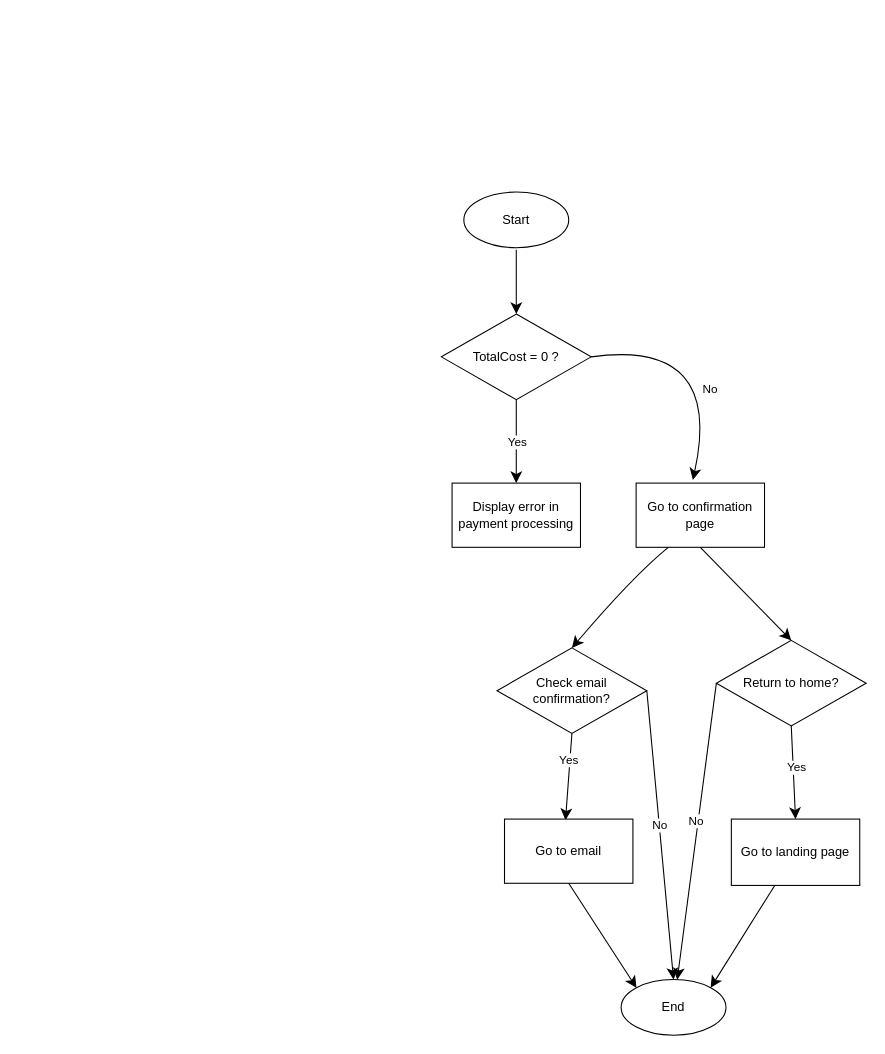
Above: page "Flow-chart-confirmation-page" (12 of 12) of src/Booking-website.drawio in nga-pham/booking-website (draw.io), before the change. Source tidied: cells renumbered, new cells numbered last; positions are measured from the earlier drawing's top-left corner, leaving out a move shared by most shapes. Both pictures are drawn from the tidied source at 107%, with x=0, y=0 at pixel (441, 192).
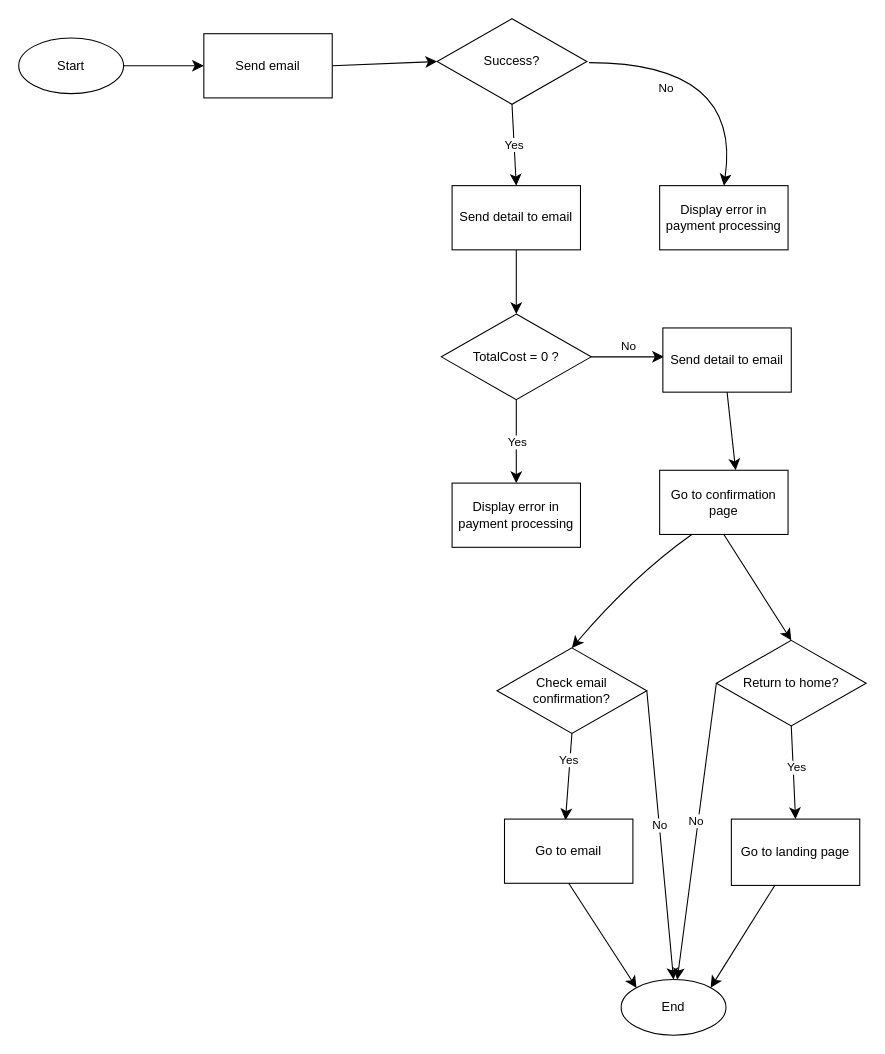
After the change.

Unchanged cells that the change refers to:
```xml
<mxCell id="2" value="TotalCost = 0 ?" style="rhombus;whiteSpace=wrap;html=1;" parent="1" vertex="1">
  <mxGeometry y="114" width="140" height="80" as="geometry" />
</mxCell>
```

Change to the diagram source:
```diff
@@
     <mxCell id="5" value="Go to confirmation page" style="rounded=0;whiteSpace=wrap;html=1;" parent="1" vertex="1">
-      <mxGeometry x="182" y="272" width="120" height="60" as="geometry" />
+      <mxGeometry x="204" y="260" width="120" height="60" as="geometry" />
     </mxCell>
@@
     <mxCell id="8" style="endArrow=classic;html=1;rounded=0;fontSize=12;startSize=8;endSize=8;curved=1;exitX=1;exitY=0.5;exitDx=0;exitDy=0;" parent="1" edge="1" source="2">
       <mxGeometry relative="1" as="geometry">
-        <mxPoint x="235" y="269" as="targetPoint" />
-        <Array as="points">
-          <mxPoint x="264" y="137" />
-        </Array>
+        <mxPoint x="208" y="154" as="targetPoint" />
       </mxGeometry>
     </mxCell>
     <mxCell id="9" value="No" style="edgeLabel;html=1;align=center;verticalAlign=middle;" parent="8" vertex="1">
       <mxGeometry relative="1" as="geometry">
-        <mxPoint x="-12" y="42" as="offset" />
+        <mxPoint y="-11" as="offset" />
       </mxGeometry>
     </mxCell>
@@
     <mxCell id="13" value="Start" style="ellipse;whiteSpace=wrap;html=1;" parent="1" vertex="1">
-      <mxGeometry x="21" width="98" height="52" as="geometry" />
+      <mxGeometry x="-395" y="-144" width="98" height="52" as="geometry" />
     </mxCell>
@@
+    <mxCell id="28" value="Send detail to email" style="rounded=0;whiteSpace=wrap;html=1;" parent="1" vertex="1">
+      <mxGeometry x="207" y="127" width="120" height="60" as="geometry" />
+    </mxCell>
+    <mxCell id="29" style="endArrow=classic;html=1;rounded=0;fontSize=12;startSize=8;endSize=8;curved=1;exitX=0.5;exitY=1;exitDx=0;exitDy=0;" parent="1" edge="1" source="28">
+      <mxGeometry relative="1" as="geometry">
+        <mxPoint x="275" y="260" as="targetPoint" />
+      </mxGeometry>
+    </mxCell>
+    <mxCell id="30" value="Send email" style="rounded=0;whiteSpace=wrap;html=1;" parent="1" vertex="1">
+      <mxGeometry x="-222" y="-148" width="120" height="60" as="geometry" />
+    </mxCell>
+    <mxCell id="31" style="endArrow=classic;html=1;rounded=0;fontSize=12;startSize=8;endSize=8;curved=1;exitX=1;exitY=0.5;exitDx=0;exitDy=0;entryX=0;entryY=0.5;entryDx=0;entryDy=0;" parent="1" edge="1" source="13" target="30">
+      <mxGeometry relative="1" as="geometry" />
+    </mxCell>
+    <mxCell id="32" value="Success?" style="rhombus;whiteSpace=wrap;html=1;" parent="1" vertex="1">
+      <mxGeometry x="-4" y="-162" width="140" height="80" as="geometry" />
+    </mxCell>
+    <mxCell id="33" style="endArrow=classic;html=1;rounded=0;fontSize=12;startSize=8;endSize=8;curved=1;entryX=0;entryY=0.5;entryDx=0;entryDy=0;exitX=1;exitY=0.5;exitDx=0;exitDy=0;" parent="1" edge="1" source="30" target="32">
+      <mxGeometry relative="1" as="geometry" />
+    </mxCell>
+    <mxCell id="34" value="Send detail to email" style="rounded=0;whiteSpace=wrap;html=1;" parent="1" vertex="1">
+      <mxGeometry x="10" y="-6" width="120" height="60" as="geometry" />
+    </mxCell>
+    <mxCell id="35" value="Display error in payment processing" style="rounded=0;whiteSpace=wrap;html=1;" parent="1" vertex="1">
+      <mxGeometry x="204" y="-6" width="120" height="60" as="geometry" />
+    </mxCell>
+    <mxCell id="36" style="endArrow=classic;html=1;rounded=0;fontSize=12;startSize=8;endSize=8;curved=1;exitX=0.5;exitY=1;exitDx=0;exitDy=0;entryX=0.5;entryY=0;entryDx=0;entryDy=0;" parent="1" edge="1" source="32" target="34">
+      <mxGeometry relative="1" as="geometry" />
+    </mxCell>
+    <mxCell id="37" value="Yes" style="edgeLabel;html=1;align=center;verticalAlign=middle;" parent="36" vertex="1">
+      <mxGeometry relative="1" as="geometry" />
+    </mxCell>
+    <mxCell id="38" style="endArrow=classic;html=1;rounded=0;fontSize=12;startSize=8;endSize=8;curved=1;entryX=0.5;entryY=0;entryDx=0;entryDy=0;" parent="1" edge="1" target="35">
+      <mxGeometry relative="1" as="geometry">
+        <mxPoint x="138" y="-121" as="sourcePoint" />
+        <Array as="points">
+          <mxPoint x="281" y="-121" />
+        </Array>
+      </mxGeometry>
+    </mxCell>
+    <mxCell id="39" value="No" style="edgeLabel;html=1;align=center;verticalAlign=middle;" parent="38" vertex="1">
+      <mxGeometry relative="1" as="geometry">
+        <mxPoint x="-59" y="23" as="offset" />
+      </mxGeometry>
+    </mxCell>
```
